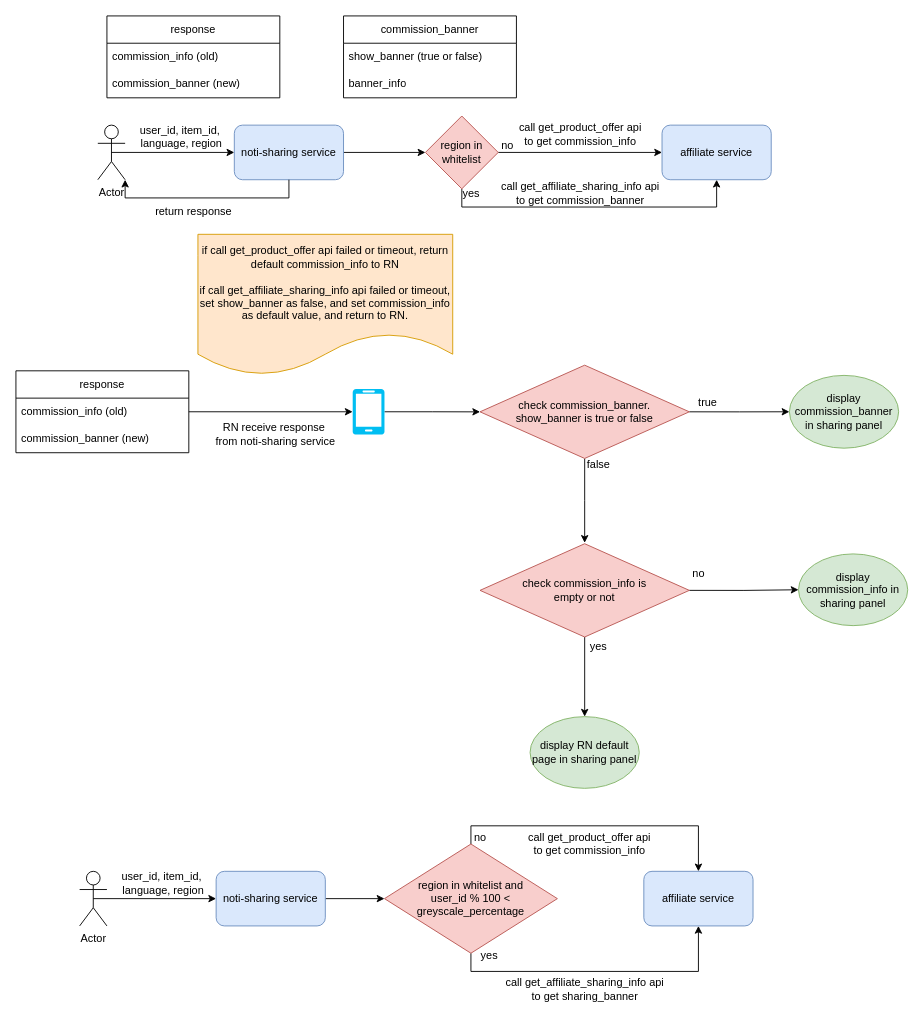
The draw.io diagram commission.drawio in zzw55486402/20200626, before the edit. Source tidied: cells renumbered, new cells numbered last; positions are measured from the earlier drawing's top-left corner, leaving out a move shared by most shapes. Both pictures are drawn from the tidied source at 91%, with x=0, y=0 at pixel (15, 15).
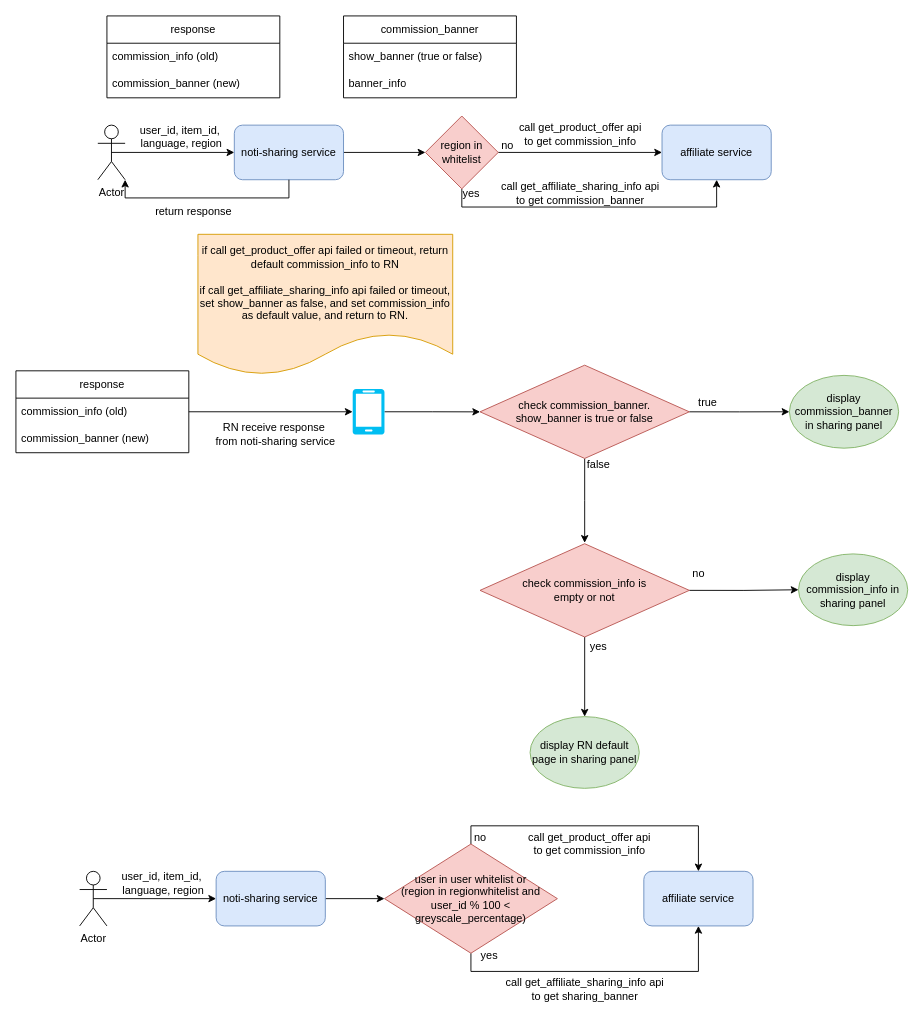
After the change.

Change to the diagram source:
```diff
@@
-    <mxCell id="54" value="region in whitelist and &lt;br&gt;user_id % 100 &amp;lt; greyscale_percentage" style="rhombus;whiteSpace=wrap;html=1;fillColor=#f8cecc;strokeColor=#b85450;" parent="1" vertex="1">
+    <mxCell id="54" value="user in user whitelist or &lt;br&gt;(region in regionwhitelist and &lt;br&gt;user_id % 100 &amp;lt; greyscale_percentage)" style="rhombus;whiteSpace=wrap;html=1;fillColor=#f8cecc;strokeColor=#b85450;" parent="1" vertex="1">
       <mxGeometry x="405" y="910" width="190" height="120" as="geometry" />
     </mxCell>
```
